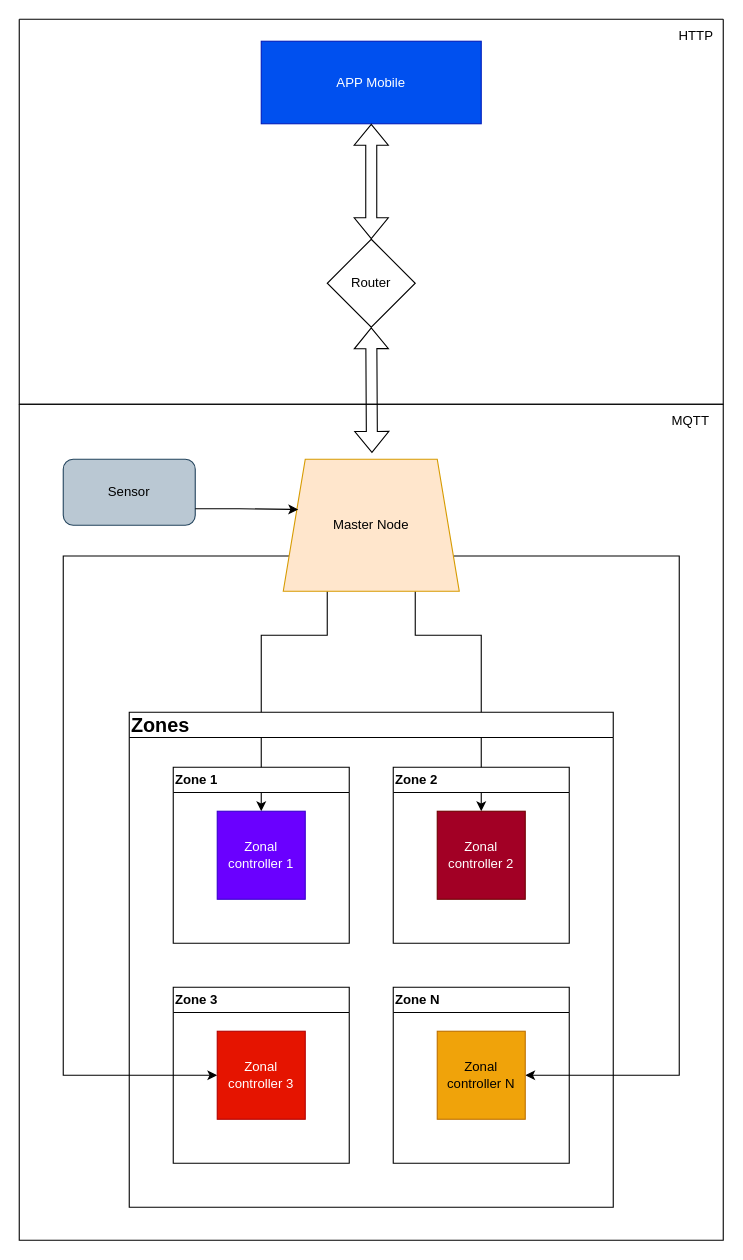
The draw.io diagram doc/gartner_schema.drawio in grimimirg/gartner-app, before the edit. Source tidied: cells renumbered, new cells numbered last; positions are measured from the earlier drawing's top-left corner, leaving out a move shared by most shapes. Both pictures are drawn from the tidied source at 110%, with x=0, y=0 at pixel (19, 19).
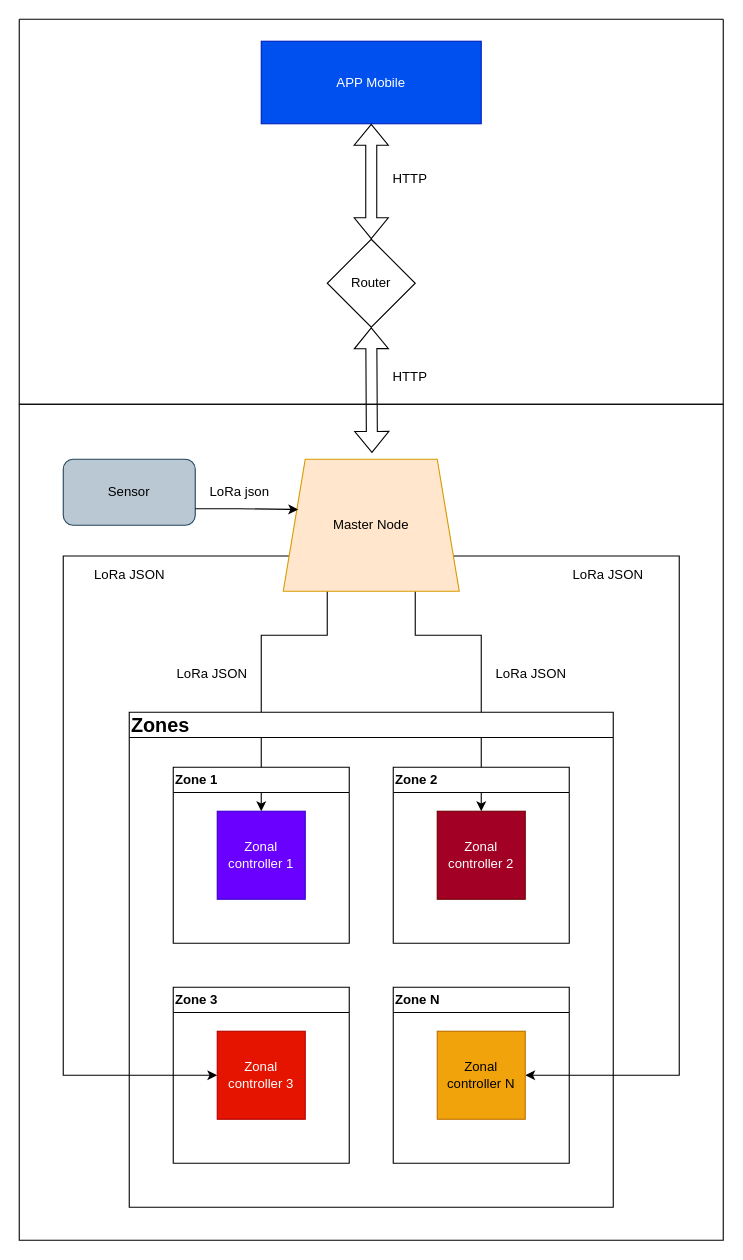
Above is the later version.

Commit message (it also covers changes not shown here):
docs(gartner-app) [documentation-and-improvements] Updated documentatio + adapted base master node url

Unchanged cells that the change refers to:
```xml
<mxCell id="19" style="swimlane;startSize=0;" parent="1" vertex="1">
  <mxGeometry y="350" width="640" height="760" as="geometry" />
</mxCell>
<mxCell id="23" style="swimlane;startSize=0;" parent="1" vertex="1">
  <mxGeometry width="640" height="350" as="geometry" />
</mxCell>
```

The edit, as a diff of the source:
```diff
@@
-    <mxCell id="20" value="MQTT" style="text;html=1;align=center;verticalAlign=middle;strokeColor=none;fillColor=none;" parent="19" vertex="1">
-      <mxGeometry x="580" width="60" height="30" as="geometry" />
-    </mxCell>
@@
+    <mxCell id="26" value="LoRa JSON" style="text;html=1;align=center;verticalAlign=middle;strokeColor=none;fillColor=none;" parent="19" vertex="1">
+      <mxGeometry x="420" y="230" width="90" height="30" as="geometry" />
+    </mxCell>
+    <mxCell id="27" value="LoRa JSON" style="text;html=1;align=center;verticalAlign=middle;strokeColor=none;fillColor=none;" parent="19" vertex="1">
+      <mxGeometry x="130" y="230" width="90" height="30" as="geometry" />
+    </mxCell>
+    <mxCell id="28" value="LoRa JSON" style="text;html=1;align=center;verticalAlign=middle;strokeColor=none;fillColor=none;" parent="19" vertex="1">
+      <mxGeometry x="490" y="140" width="90" height="30" as="geometry" />
+    </mxCell>
+    <mxCell id="29" value="LoRa JSON" style="text;html=1;align=center;verticalAlign=middle;strokeColor=none;fillColor=none;" parent="19" vertex="1">
+      <mxGeometry x="55" y="140" width="90" height="30" as="geometry" />
+    </mxCell>
+    <mxCell id="30" value="LoRa json" style="text;html=1;align=center;verticalAlign=middle;strokeColor=none;fillColor=none;" parent="19" vertex="1">
+      <mxGeometry x="160" y="65" width="80" height="30" as="geometry" />
+    </mxCell>
@@
     <mxCell id="24" value="HTTP" style="text;html=1;align=center;verticalAlign=middle;strokeColor=none;fillColor=none;" parent="23" vertex="1">
-      <mxGeometry x="590" width="50" height="30" as="geometry" />
+      <mxGeometry x="330" y="130" width="50" height="30" as="geometry" />
     </mxCell>
+    <mxCell id="31" value="HTTP" style="text;html=1;align=center;verticalAlign=middle;strokeColor=none;fillColor=none;" parent="23" vertex="1">
+      <mxGeometry x="330" y="310" width="50" height="30" as="geometry" />
+    </mxCell>
```
